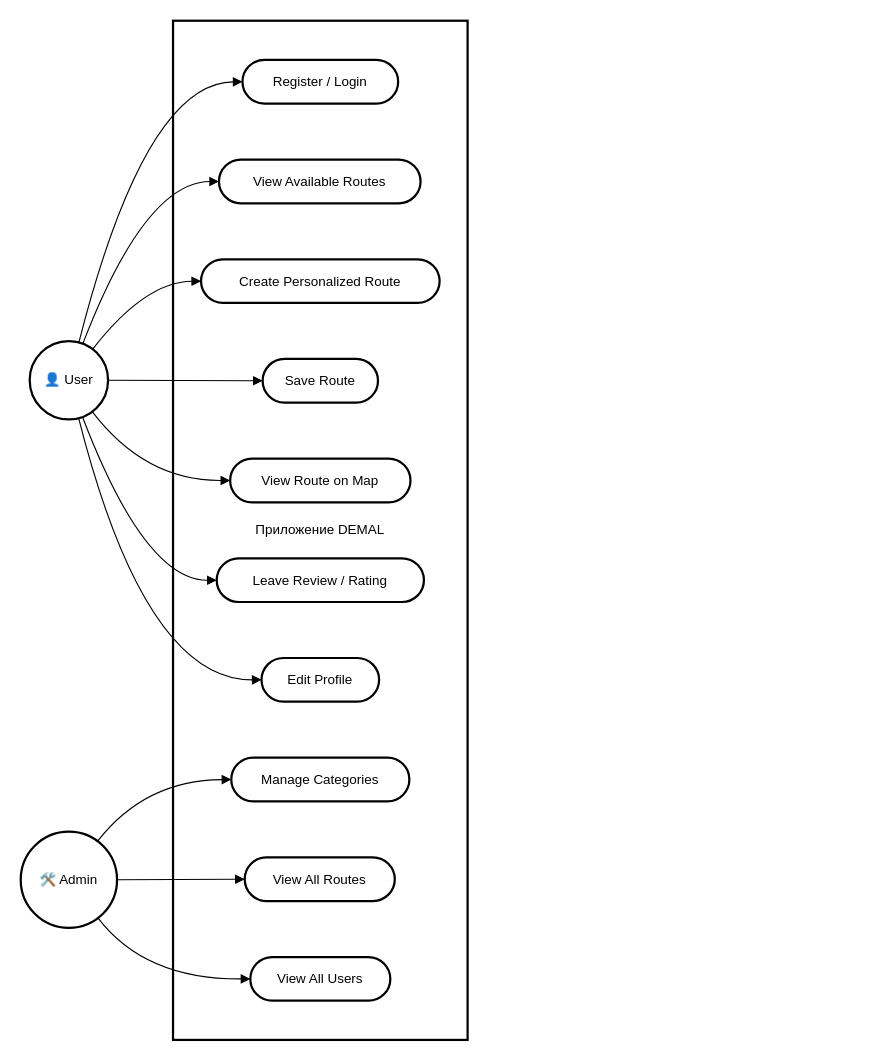
The draw.io diagram Demal - Use Case.drawio in UchihaAdil/50projects, before the edit. Source tidied: cells renumbered, new cells numbered last; positions are measured from the earlier drawing's top-left corner, leaving out a move shared by most shapes. Both pictures are drawn from the tidied source at 112%, with x=0, y=0 at pixel (20, 20).
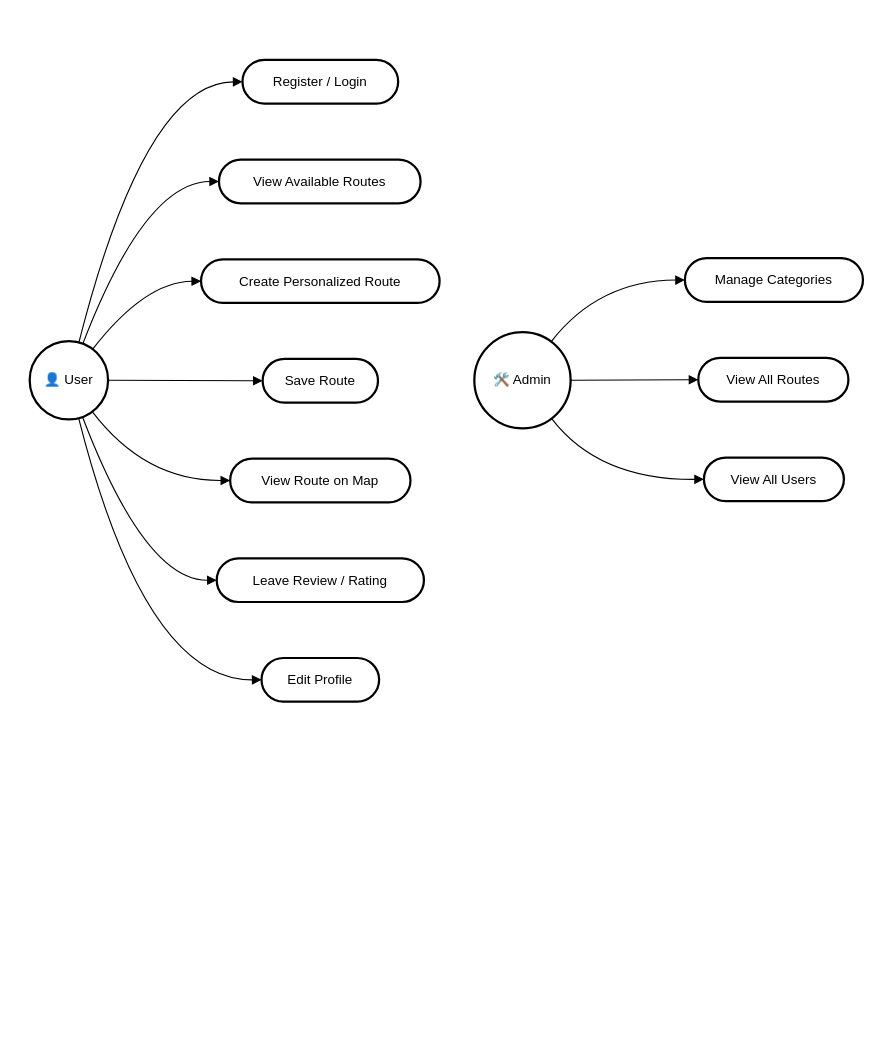
The same diagram, later.

Diff of the diagram source:
```diff
@@
-    <mxCell id="2" value="Приложение DEMAL" style="whiteSpace=wrap;strokeWidth=2;" parent="1" vertex="1">
-      <mxGeometry x="136" width="263" height="910" as="geometry" />
-    </mxCell>
@@
     <mxCell id="4" value="🛠️ Admin" style="ellipse;strokeWidth=2;whiteSpace=wrap;" parent="1" vertex="1">
-      <mxGeometry y="724" width="86" height="86" as="geometry" />
+      <mxGeometry x="405" y="278" width="86" height="86" as="geometry" />
     </mxCell>
@@
     <mxCell id="12" value="Manage Categories" style="rounded=1;whiteSpace=wrap;arcSize=50;strokeWidth=2;" parent="1" vertex="1">
-      <mxGeometry x="188" y="658" width="159" height="39" as="geometry" />
+      <mxGeometry x="593" y="212" width="159" height="39" as="geometry" />
     </mxCell>
     <mxCell id="13" value="View All Routes" style="rounded=1;whiteSpace=wrap;arcSize=50;strokeWidth=2;" parent="1" vertex="1">
-      <mxGeometry x="200" y="747" width="134" height="39" as="geometry" />
+      <mxGeometry x="605" y="301" width="134" height="39" as="geometry" />
     </mxCell>
     <mxCell id="14" value="View All Users" style="rounded=1;whiteSpace=wrap;arcSize=50;strokeWidth=2;" parent="1" vertex="1">
-      <mxGeometry x="205" y="836" width="125" height="39" as="geometry" />
+      <mxGeometry x="610" y="390" width="125" height="39" as="geometry" />
     </mxCell>
@@
     <mxCell id="22" style="curved=1;startArrow=none;endArrow=block;exitX=0.88;exitY=0;entryX=0;entryY=0.5;" parent="1" edge="1" source="4" target="12">
       <mxGeometry relative="1" as="geometry">
         <Array as="points">
-          <mxPoint x="111" y="678" />
+          <mxPoint x="516" y="232" />
         </Array>
       </mxGeometry>
     </mxCell>
@@
     <mxCell id="24" style="curved=1;startArrow=none;endArrow=block;exitX=0.88;exitY=0.99;entryX=0;entryY=0.5;" parent="1" edge="1" source="4" target="14">
       <mxGeometry relative="1" as="geometry">
         <Array as="points">
-          <mxPoint x="111" y="856" />
+          <mxPoint x="516" y="410" />
         </Array>
       </mxGeometry>
     </mxCell>
```
